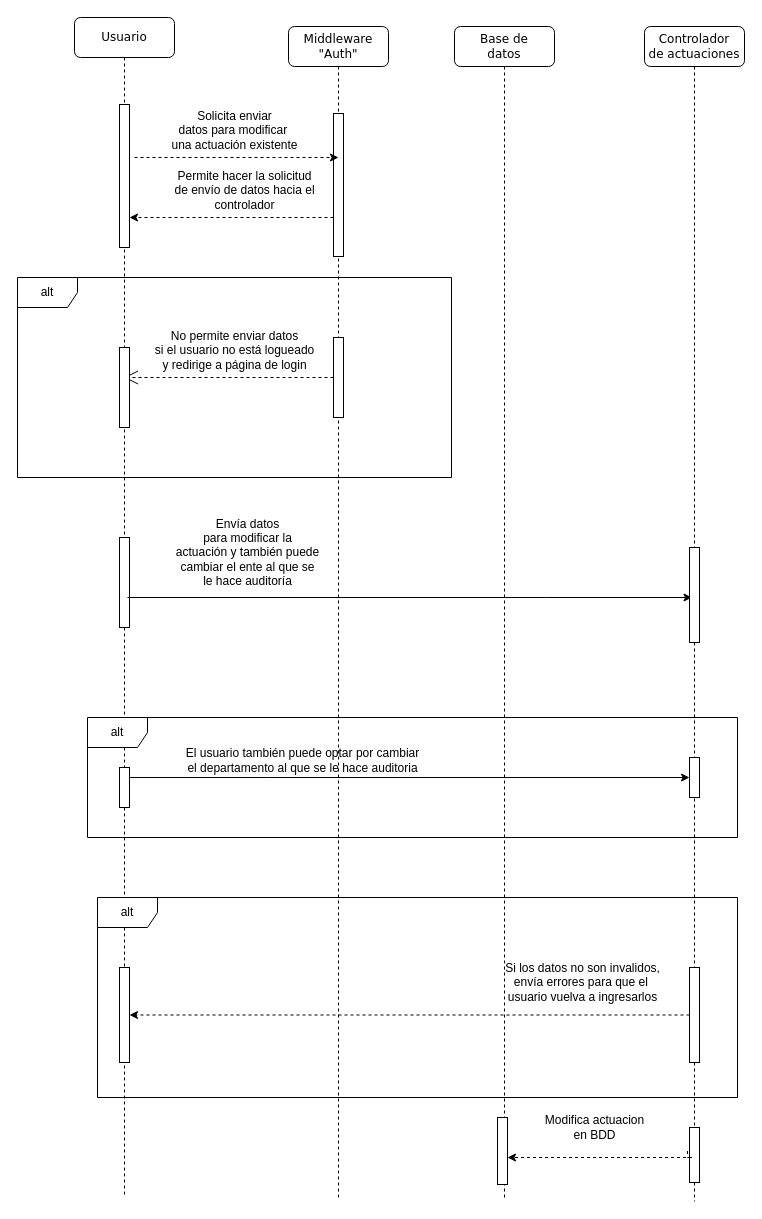
Above: page "Página-3" (3 of 7) of Diagramas secuencia/secuencia_actuaciones.drawio in MirroringCode/diagramas-del-csm (draw.io), before the change. Source tidied: cells renumbered, new cells numbered last; positions are measured from the earlier drawing's top-left corner, leaving out a move shared by most shapes. Both pictures are drawn from the tidied source at 100%, with x=0, y=0 at pixel (17, 17).
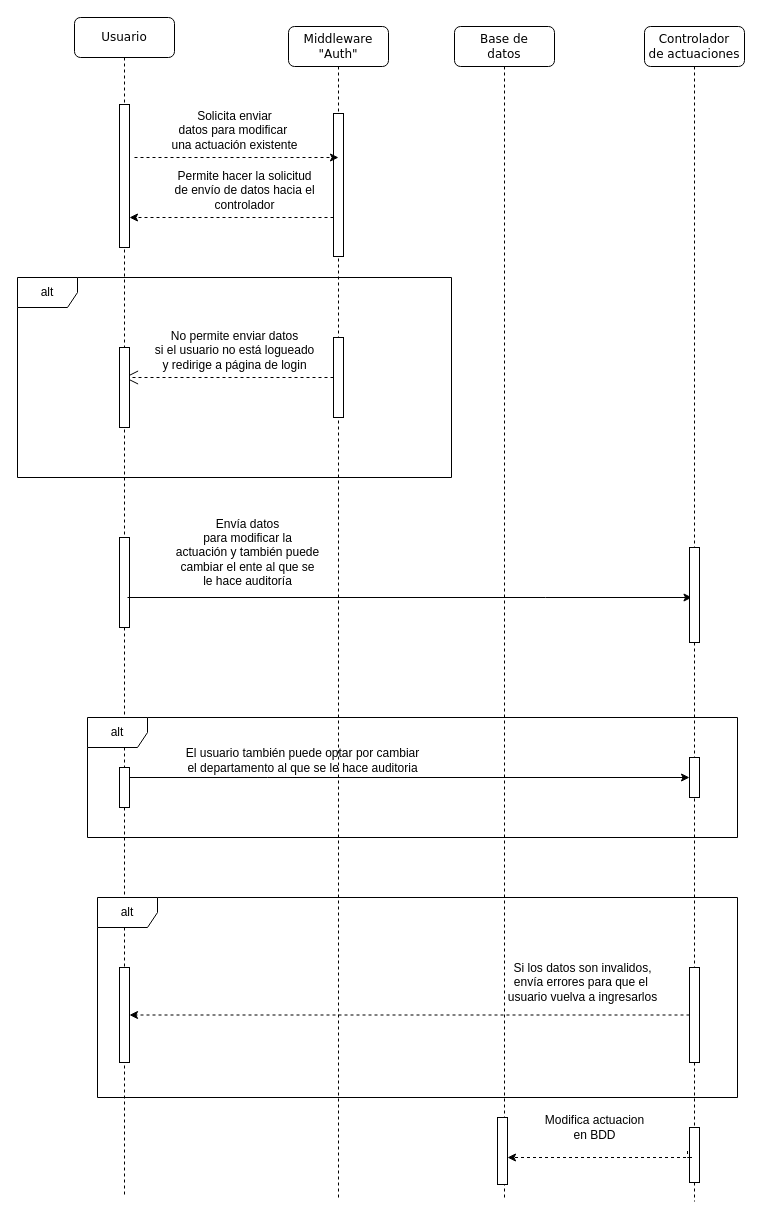
The same page after the edit.

The edit, as a diff of the source:
```diff
@@
-    <mxCell id="31" value="Si los datos no son invalidos,&lt;div&gt;envía errores para que el&amp;nbsp;&lt;/div&gt;&lt;div&gt;usuario vuelva a ingresarlos&lt;br&gt;&lt;/div&gt;" style="text;html=1;align=center;verticalAlign=middle;strokeColor=none;fillColor=none;" parent="1" vertex="1">
-      <mxGeometry x="475" y="935" width="180" height="60" as="geometry" />
+    <mxCell id="31" value="Si los datos son invalidos,&lt;div&gt;envía errores para que el&amp;nbsp;&lt;/div&gt;&lt;div&gt;usuario vuelva a ingresarlos&lt;br&gt;&lt;/div&gt;" style="text;html=1;align=center;verticalAlign=middle;strokeColor=none;fillColor=none;" parent="1" vertex="1">
+      <mxGeometry x="480" y="935" width="170" height="60" as="geometry" />
     </mxCell>
```
